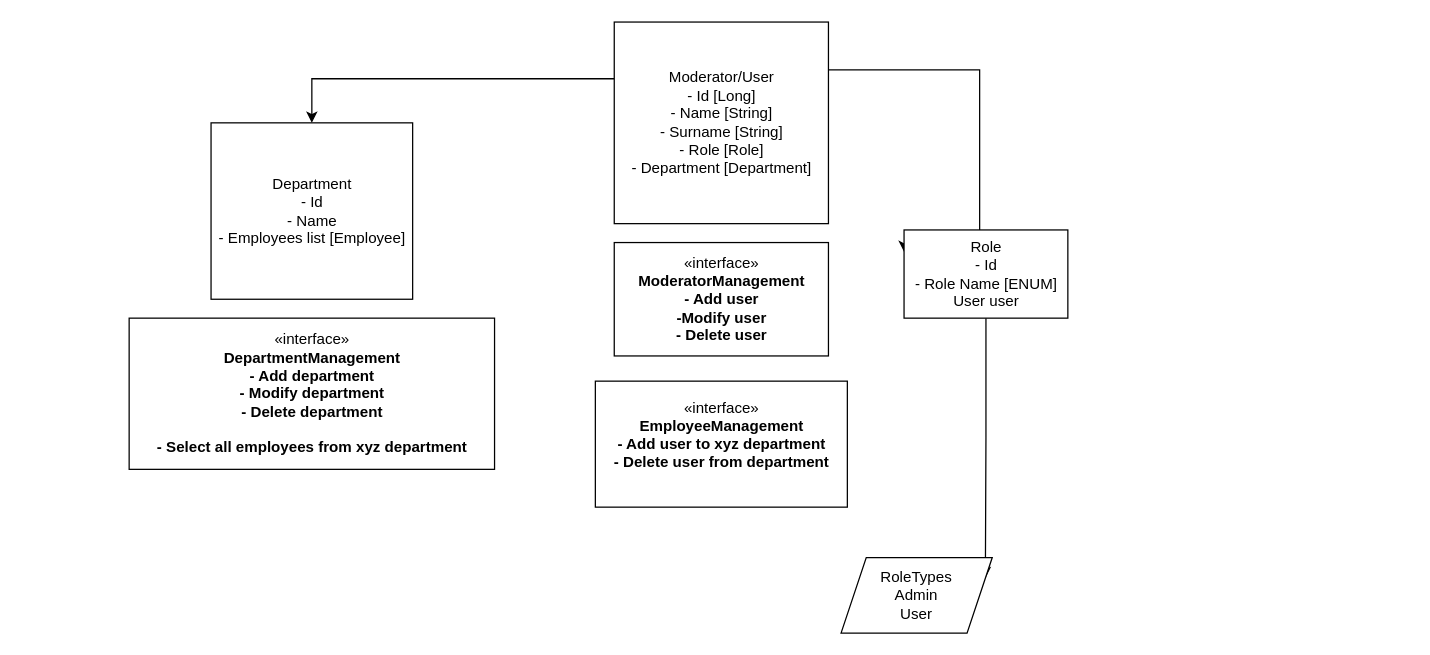
MateuszBednarczyk/Employeemanagementsystem keeps this draw.io diagram as EmployeeManagementSystem/EmployeesManagementSystem.drawio. Above is the earlier version. Source tidied: cells renumbered, new cells numbered last; positions are measured from the earlier drawing's top-left corner, leaving out a move shared by most shapes. Both pictures are drawn from the tidied source at 126%, with x=0, y=0 at pixel (129, 21).
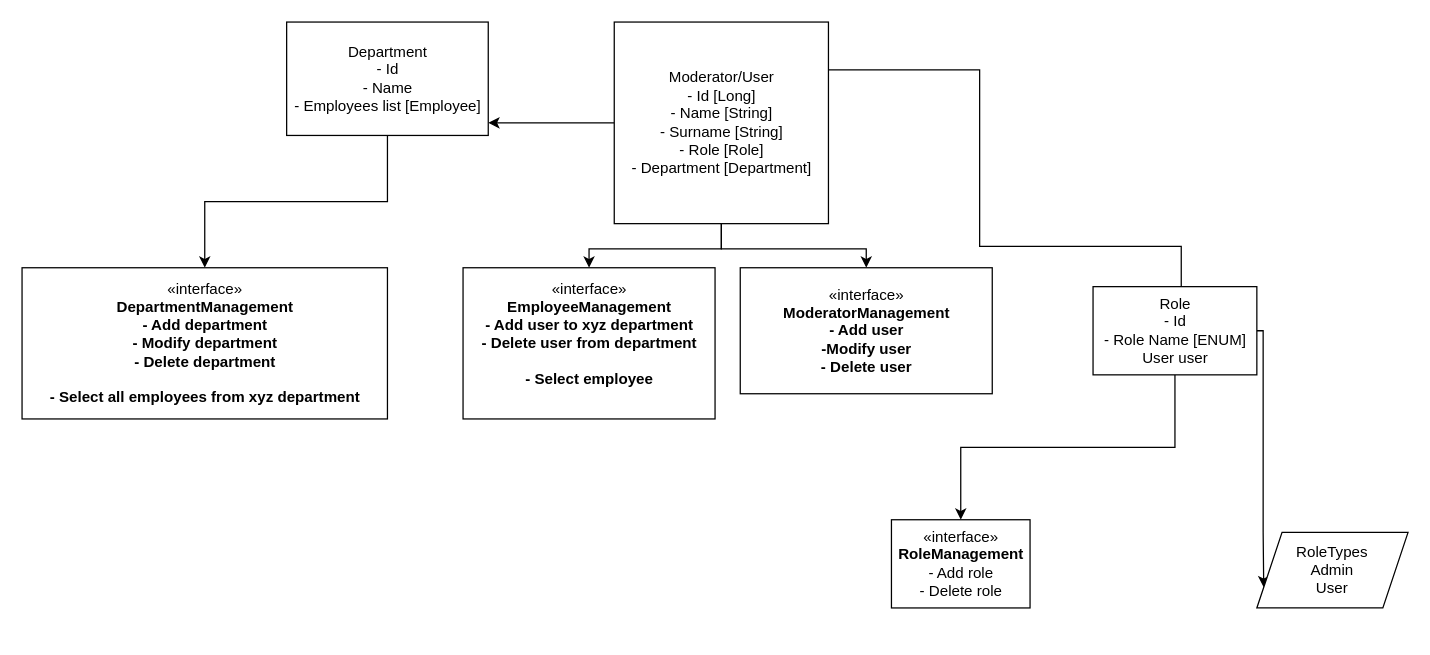
The same diagram, later.

The change refers to these unchanged cells:
```xml
<mxCell id="4" value="Moderator/User&lt;br&gt;- Id [Long]&lt;br&gt;- Name [String]&lt;br&gt;- Surname [String]&lt;br&gt;- Role [Role]&lt;br&gt;- Department [Department]" style="html=1;" parent="1" vertex="1">
  <mxGeometry x="385" width="170" height="160" as="geometry" />
</mxCell>
```

Change to the diagram source:
```diff
@@
     <mxCell id="2" style="edgeStyle=orthogonalEdgeStyle;rounded=0;jettySize=auto;html=1;entryX=0;entryY=0.25;entryDx=0;entryDy=0;" parent="1" edge="1" source="4" target="6">
       <mxGeometry relative="1" as="geometry">
         <Array as="points">
           <mxPoint x="675" y="38" />
           <mxPoint x="675" y="178" />
+          <mxPoint x="835" y="178" />
+          <mxPoint x="835" y="227" />
         </Array>
       </mxGeometry>
     </mxCell>
@@
+    <mxCell id="12" style="edgeStyle=orthogonalEdgeStyle;rounded=0;jettySize=auto;html=1;exitX=0.5;exitY=1;exitDx=0;exitDy=0;entryX=0.5;entryY=0;entryDx=0;entryDy=0;" parent="1" edge="1" source="4" target="10">
+      <mxGeometry relative="1" as="geometry">
+        <Array as="points">
+          <mxPoint x="470" y="180" />
+          <mxPoint x="585" y="180" />
+        </Array>
+      </mxGeometry>
+    </mxCell>
+    <mxCell id="13" style="edgeStyle=orthogonalEdgeStyle;rounded=0;jettySize=auto;html=1;exitX=0.5;exitY=1;exitDx=0;exitDy=0;" parent="1" edge="1" source="4" target="9">
+      <mxGeometry relative="1" as="geometry" />
+    </mxCell>
@@
     <mxCell id="5" style="edgeStyle=orthogonalEdgeStyle;rounded=0;jettySize=auto;html=1;entryX=1;entryY=0.25;entryDx=0;entryDy=0;" parent="1" edge="1" source="6" target="7">
-      <mxGeometry relative="1" as="geometry" />
+      <mxGeometry relative="1" as="geometry">
+        <Array as="points">
+          <mxPoint x="900" y="245" />
+          <mxPoint x="900" y="405" />
+        </Array>
+      </mxGeometry>
     </mxCell>
+    <mxCell id="14" style="edgeStyle=orthogonalEdgeStyle;rounded=0;jettySize=auto;html=1;exitX=0.5;exitY=1;exitDx=0;exitDy=0;" parent="1" edge="1" source="6" target="16">
+      <mxGeometry relative="1" as="geometry" />
+    </mxCell>
     <mxCell id="6" value="Role&lt;br&gt;- Id&lt;br&gt;- Role Name [ENUM]&lt;br&gt;User user" style="html=1;" parent="1" vertex="1">
-      <mxGeometry x="615" y="165" width="130" height="70" as="geometry" />
+      <mxGeometry x="765" y="210" width="130" height="70" as="geometry" />
     </mxCell>
-    <mxCell id="7" value="RoleTypes&lt;br&gt;Admin&lt;br&gt;User" style="shape=parallelogram;perimeter=parallelogramPerimeter;whiteSpace=wrap;html=1;fixedSize=1;" parent="1" vertex="1">
-      <mxGeometry x="565" y="425" width="120" height="60" as="geometry" />
+    <mxCell id="7" value="RoleTypes&lt;br&gt;Admin&lt;br&gt;User" style="shape=parallelogram;perimeter=parallelogramPerimeter;whiteSpace=wrap;html=1;fixedSize=1;direction=west;" parent="1" vertex="1">
+      <mxGeometry x="895" y="405" width="120" height="60" as="geometry" />
     </mxCell>
+    <mxCell id="15" style="edgeStyle=orthogonalEdgeStyle;rounded=0;jettySize=auto;html=1;exitX=0.5;exitY=1;exitDx=0;exitDy=0;" parent="1" edge="1" source="8" target="11">
+      <mxGeometry relative="1" as="geometry" />
+    </mxCell>
     <mxCell id="8" value="Department&lt;br&gt;- Id&lt;br&gt;- Name&lt;br&gt;- Employees list [Employee]" style="html=1;" parent="1" vertex="1">
-      <mxGeometry x="65" y="80" width="160" height="140" as="geometry" />
+      <mxGeometry x="125" width="160" height="90" as="geometry" />
     </mxCell>
-    <mxCell id="9" value="«interface»&lt;br&gt;&lt;b&gt;EmployeeManagement&lt;br&gt;- Add user to xyz department&lt;br&gt;- Delete user from department&lt;br&gt;&lt;br&gt;&lt;/b&gt;" style="html=1;" parent="1" vertex="1">
-      <mxGeometry x="370" y="285" width="200" height="100" as="geometry" />
+    <mxCell id="9" value="«interface»&lt;br&gt;&lt;b&gt;EmployeeManagement&lt;br&gt;- Add user to xyz department&lt;br&gt;- Delete user from department&lt;br&gt;&lt;br&gt;- Select employee&lt;br&gt;&lt;br&gt;&lt;/b&gt;" style="html=1;" parent="1" vertex="1">
+      <mxGeometry x="265" y="195" width="200" height="120" as="geometry" />
     </mxCell>
     <mxCell id="10" value="«interface»&lt;br&gt;&lt;b&gt;ModeratorManagement&lt;br&gt;- Add user&lt;br&gt;-Modify user&lt;br&gt;- Delete user&lt;br&gt;&lt;/b&gt;" style="html=1;" parent="1" vertex="1">
-      <mxGeometry x="385" y="175" width="170" height="90" as="geometry" />
+      <mxGeometry x="485" y="195" width="200" height="100" as="geometry" />
     </mxCell>
     <mxCell id="11" value="«interface»&lt;br&gt;&lt;b&gt;DepartmentManagement&lt;br&gt;- Add department&lt;br&gt;- Modify department&lt;br&gt;- Delete department&lt;br&gt;&lt;br&gt;- Select all employees from xyz department&lt;br&gt;&lt;/b&gt;" style="html=1;" parent="1" vertex="1">
-      <mxGeometry y="235" width="290" height="120" as="geometry" />
+      <mxGeometry x="-85" y="195" width="290" height="120" as="geometry" />
     </mxCell>
+    <mxCell id="16" value="«interface»&lt;br&gt;&lt;b&gt;RoleManagement&lt;br&gt;&lt;/b&gt;- Add role&lt;br&gt;- Delete role" style="html=1;" parent="1" vertex="1">
+      <mxGeometry x="605" y="395" width="110" height="70" as="geometry" />
+    </mxCell>
```
